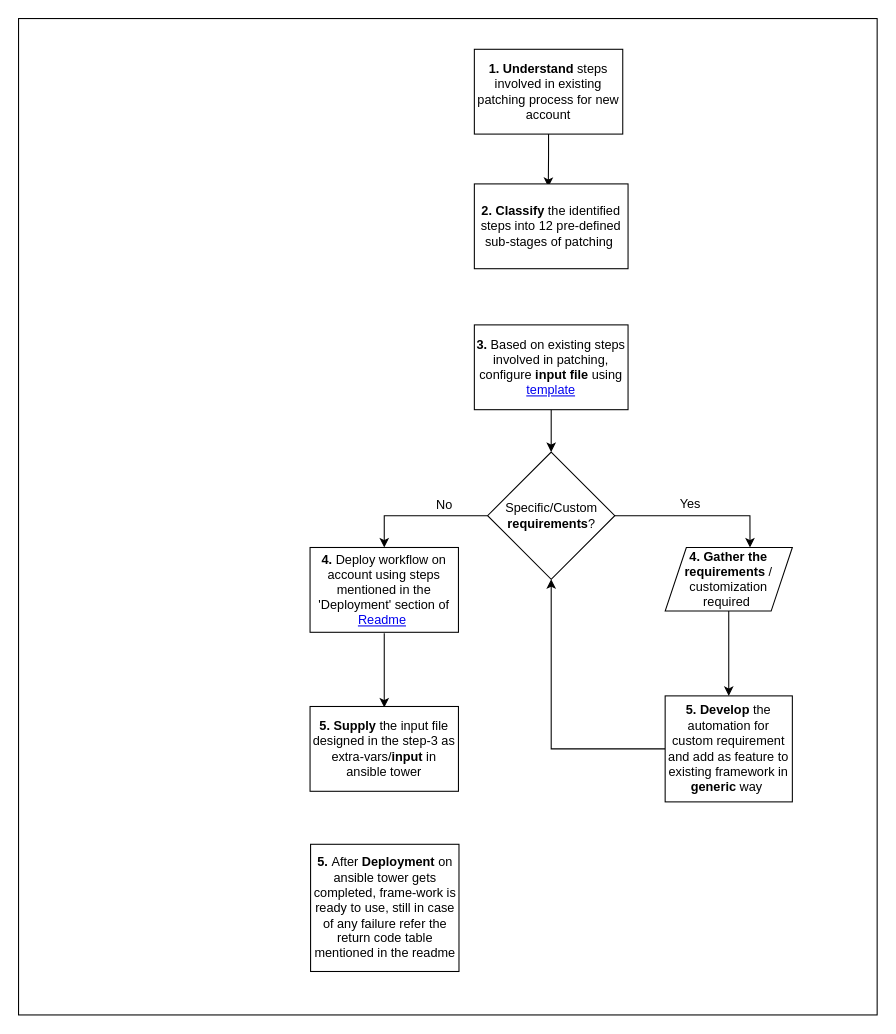
Before: Untitled Diagram.drawio in hmharsh/Assignment, a draw.io diagram. Source tidied: cells renumbered, new cells numbered last; positions are measured from the earlier drawing's top-left corner, leaving out a move shared by most shapes. Both pictures are drawn from the tidied source at 106%, with x=0, y=0 at pixel (18, 18).
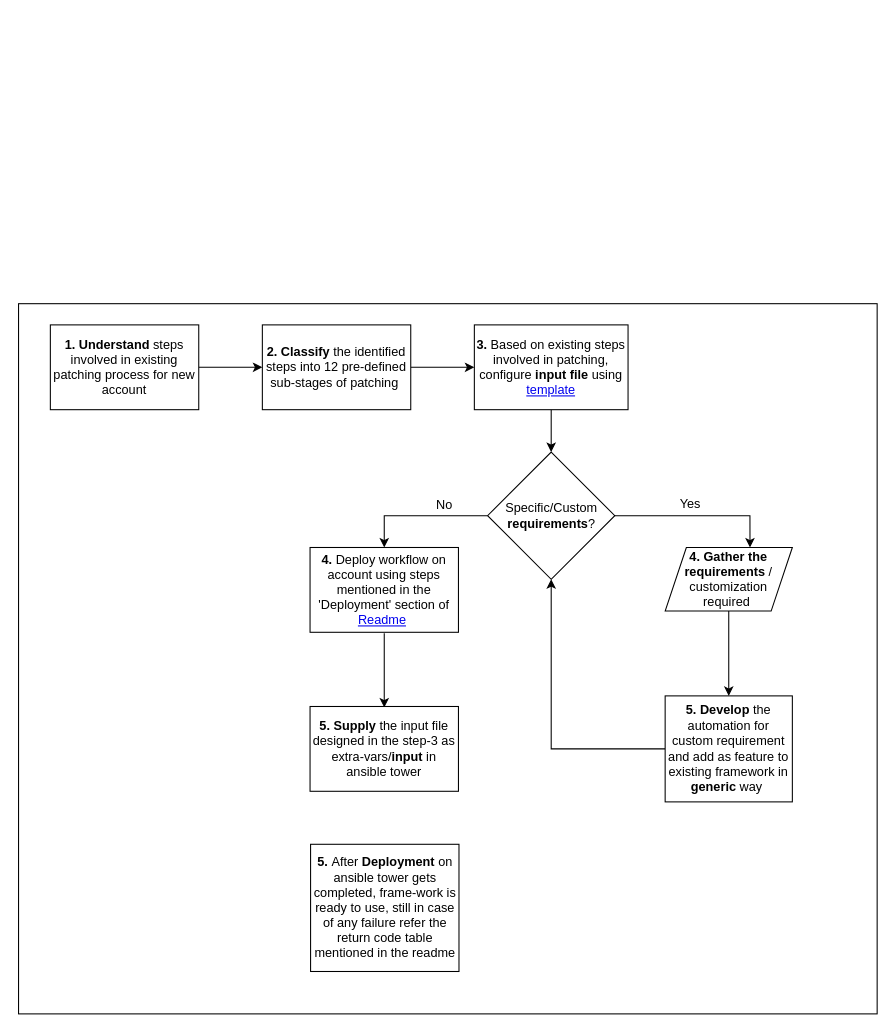
The same diagram, later.

Unchanged cells that the change refers to:
```xml
<mxCell id="7" value="&lt;b&gt;3.&lt;/b&gt; Based on existing steps involved in patching, configure &lt;b&gt;input file&lt;/b&gt; using &lt;a href=&quot;https://github.kyndryl.net/Innovate/Full-Stack-Patching/blob/dev/vars_template.yml&quot;&gt;template&lt;/a&gt;" style="rounded=0;whiteSpace=wrap;html=1;" parent="1" vertex="1">
  <mxGeometry x="430" y="289" width="145" height="80" as="geometry" />
</mxCell>
```

What changed in the source:
```diff
@@
     <mxCell id="2" style="rounded=0;whiteSpace=wrap;html=1;" parent="1" vertex="1">
-      <mxGeometry width="810" height="940" as="geometry" />
+      <mxGeometry y="269" width="810" height="670" as="geometry" />
     </mxCell>
-    <mxCell id="3" style="edgeStyle=orthogonalEdgeStyle;rounded=0;jettySize=auto;html=1;exitX=0.5;exitY=1;exitDx=0;exitDy=0;entryX=0.617;entryY=0.169;entryDx=0;entryDy=0;entryPerimeter=0;" parent="1" edge="1" source="4" target="2">
-      <mxGeometry relative="1" as="geometry" />
-    </mxCell>
+    <mxCell id="21" style="edgeStyle=orthogonalEdgeStyle;rounded=0;jettySize=auto;html=1;exitX=1;exitY=0.5;exitDx=0;exitDy=0;entryX=0;entryY=0.5;entryDx=0;entryDy=0;" parent="1" edge="1" source="4" target="5">
+      <mxGeometry relative="1" as="geometry" />
+    </mxCell>
     <mxCell id="4" value="&lt;b&gt;1. Understand&lt;/b&gt; steps involved in existing patching process for new account" style="rounded=0;whiteSpace=wrap;html=1;" parent="1" vertex="1">
-      <mxGeometry x="430" y="29" width="140" height="80" as="geometry" />
+      <mxGeometry x="30" y="289" width="140" height="80" as="geometry" />
     </mxCell>
+    <mxCell id="22" style="edgeStyle=orthogonalEdgeStyle;rounded=0;jettySize=auto;html=1;exitX=1;exitY=0.5;exitDx=0;exitDy=0;entryX=0;entryY=0.5;entryDx=0;entryDy=0;" parent="1" edge="1" source="5" target="7">
+      <mxGeometry relative="1" as="geometry" />
+    </mxCell>
     <mxCell id="5" value="&lt;b&gt;2. Classify&lt;/b&gt; the identified steps into 12 pre-defined sub-stages of patching&amp;nbsp;" style="rounded=0;whiteSpace=wrap;html=1;" parent="1" vertex="1">
-      <mxGeometry x="430" y="156" width="145" height="80" as="geometry" />
+      <mxGeometry x="230" y="289" width="140" height="80" as="geometry" />
     </mxCell>
```
